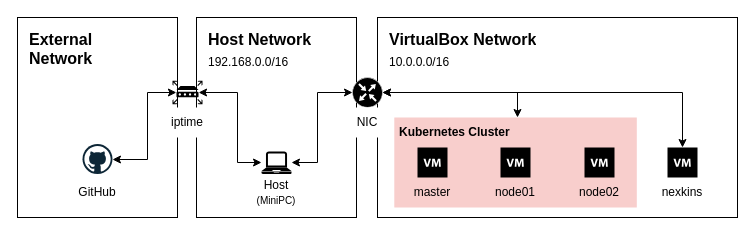
Earlier version of the draw.io diagram page "System Diagram" (1 of 2) of cicd_architecture.drawio (seunghyun-you/on-premise-cicd). Source tidied: cells renumbered, new cells numbered last; positions are measured from the earlier drawing's top-left corner, leaving out a move shared by most shapes. Both pictures are drawn from the tidied source at 100%, with x=0, y=0 at pixel (17, 17).
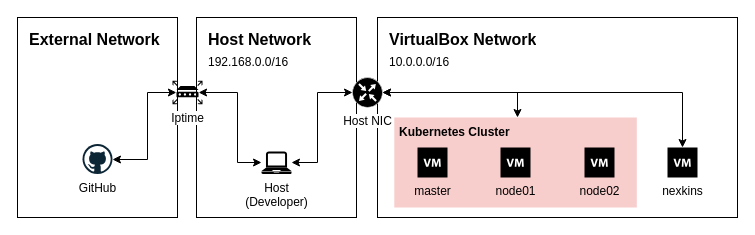
The same page after the edit.

Commit message:
cicd flow 업데이트

Change to the diagram source:
```diff
@@
-    <mxCell id="9" style="shadow=0;dashed=0;html=1;strokeColor=none;fillColor=#000000;labelPosition=center;verticalLabelPosition=bottom;verticalAlign=top;align=center;outlineConnect=0;shape=mxgraph.veeam.laptop;" parent="1" vertex="1">
+    <mxCell id="9" value="Host&lt;div&gt;(Developer)&lt;/div&gt;" style="shadow=0;dashed=0;html=1;strokeColor=none;fillColor=#000000;labelPosition=center;verticalLabelPosition=bottom;verticalAlign=top;align=center;outlineConnect=0;shape=mxgraph.veeam.laptop;" parent="1" vertex="1">
       <mxGeometry x="244" y="134" width="30" height="22.6" as="geometry" />
     </mxCell>
-    <mxCell id="10" value="Host&lt;br&gt;&lt;font style=&quot;font-size: 10px;&quot;&gt;(MiniPC)&lt;/font&gt;" style="text;html=1;align=center;verticalAlign=middle;whiteSpace=wrap;rounded=0;" parent="1" vertex="1">
-      <mxGeometry x="219" y="160" width="80" height="30" as="geometry" />
-    </mxCell>
@@
-    <mxCell id="13" style="sketch=0;points=[[0.5,0,0],[1,0.5,0],[0.5,1,0],[0,0.5,0],[0.145,0.145,0],[0.8555,0.145,0],[0.855,0.8555,0],[0.145,0.855,0]];verticalLabelPosition=bottom;html=1;verticalAlign=top;align=center;shape=mxgraph.cisco19.rect;prIcon=router;fillColor=#000000;strokeColor=#FFFFFF;" parent="1" vertex="1">
+    <mxCell id="13" value="Host NIC" style="sketch=0;points=[[0.5,0,0],[1,0.5,0],[0.5,1,0],[0,0.5,0],[0.145,0.145,0],[0.8555,0.145,0],[0.855,0.8555,0],[0.145,0.855,0]];verticalLabelPosition=bottom;html=1;verticalAlign=top;align=center;shape=mxgraph.cisco19.rect;prIcon=router;fillColor=#000000;strokeColor=#FFFFFF;labelBackgroundColor=default;" parent="1" vertex="1">
       <mxGeometry x="335" y="60" width="30" height="30" as="geometry" />
     </mxCell>
-    <mxCell id="14" value="NIC" style="text;html=1;align=center;verticalAlign=middle;whiteSpace=wrap;rounded=0;labelBackgroundColor=default;fillColor=default;" parent="1" vertex="1">
-      <mxGeometry x="310" y="90" width="80" height="30" as="geometry" />
-    </mxCell>
@@
-    <mxCell id="16" style="shadow=0;dashed=0;html=1;strokeColor=none;fillColor=#000000;labelPosition=center;verticalLabelPosition=bottom;verticalAlign=top;align=center;shape=mxgraph.veeam.2d.virtual_machine;" parent="1" vertex="1">
+    <mxCell id="16" value="master" style="shadow=0;dashed=0;html=1;strokeColor=none;fillColor=#000000;labelPosition=center;verticalLabelPosition=bottom;verticalAlign=top;align=center;shape=mxgraph.veeam.2d.virtual_machine;" parent="1" vertex="1">
       <mxGeometry x="400" y="130" width="30" height="30" as="geometry" />
     </mxCell>
-    <mxCell id="17" value="master" style="text;html=1;align=center;verticalAlign=middle;whiteSpace=wrap;rounded=0;" parent="1" vertex="1">
-      <mxGeometry x="375" y="160" width="80" height="30" as="geometry" />
-    </mxCell>
-    <mxCell id="18" style="shadow=0;dashed=0;html=1;strokeColor=none;fillColor=#000000;labelPosition=center;verticalLabelPosition=bottom;verticalAlign=top;align=center;shape=mxgraph.veeam.2d.virtual_machine;" parent="1" vertex="1">
+    <mxCell id="18" value="node01" style="shadow=0;dashed=0;html=1;strokeColor=none;fillColor=#000000;labelPosition=center;verticalLabelPosition=bottom;verticalAlign=top;align=center;shape=mxgraph.veeam.2d.virtual_machine;" parent="1" vertex="1">
       <mxGeometry x="483" y="130" width="30" height="30" as="geometry" />
     </mxCell>
-    <mxCell id="19" value="node01" style="text;html=1;align=center;verticalAlign=middle;whiteSpace=wrap;rounded=0;" parent="1" vertex="1">
-      <mxGeometry x="458" y="160" width="80" height="30" as="geometry" />
-    </mxCell>
-    <mxCell id="20" style="shadow=0;dashed=0;html=1;strokeColor=none;fillColor=#000000;labelPosition=center;verticalLabelPosition=bottom;verticalAlign=top;align=center;shape=mxgraph.veeam.2d.virtual_machine;" parent="1" vertex="1">
+    <mxCell id="20" value="node02" style="shadow=0;dashed=0;html=1;strokeColor=none;fillColor=#000000;labelPosition=center;verticalLabelPosition=bottom;verticalAlign=top;align=center;shape=mxgraph.veeam.2d.virtual_machine;" parent="1" vertex="1">
       <mxGeometry x="567" y="130" width="30" height="30" as="geometry" />
     </mxCell>
-    <mxCell id="21" value="node02" style="text;html=1;align=center;verticalAlign=middle;whiteSpace=wrap;rounded=0;" parent="1" vertex="1">
-      <mxGeometry x="542" y="160" width="80" height="30" as="geometry" />
-    </mxCell>
-    <mxCell id="22" style="shadow=0;dashed=0;html=1;strokeColor=none;fillColor=#000000;labelPosition=center;verticalLabelPosition=bottom;verticalAlign=top;align=center;outlineConnect=0;shape=mxgraph.veeam.2d.virtual_machine;" parent="1" vertex="1">
+    <mxCell id="22" value="nexkins" style="shadow=0;dashed=0;html=1;strokeColor=none;fillColor=#000000;labelPosition=center;verticalLabelPosition=bottom;verticalAlign=top;align=center;outlineConnect=0;shape=mxgraph.veeam.2d.virtual_machine;" parent="1" vertex="1">
       <mxGeometry x="650" y="130" width="30" height="30" as="geometry" />
     </mxCell>
-    <mxCell id="23" value="nexkins" style="text;html=1;align=center;verticalAlign=middle;whiteSpace=wrap;rounded=0;" parent="1" vertex="1">
-      <mxGeometry x="625" y="160" width="80" height="30" as="geometry" />
-    </mxCell>
@@
-    <mxCell id="28" style="sketch=0;shadow=0;dashed=0;html=1;strokeColor=none;labelPosition=center;verticalLabelPosition=bottom;verticalAlign=top;align=center;fillColor=#000000;shape=mxgraph.mscae.enterprise.router;" parent="1" vertex="1">
+    <mxCell id="28" value="Iptime" style="sketch=0;shadow=0;dashed=0;html=1;strokeColor=none;labelPosition=center;verticalLabelPosition=bottom;verticalAlign=top;align=center;fillColor=#000000;shape=mxgraph.mscae.enterprise.router;labelBackgroundColor=default;" parent="1" vertex="1">
       <mxGeometry x="155" y="63.3" width="30" height="23.4" as="geometry" />
     </mxCell>
-    <mxCell id="29" value="iptime" style="text;html=1;align=center;verticalAlign=middle;whiteSpace=wrap;rounded=0;fillColor=default;" parent="1" vertex="1">
-      <mxGeometry x="140" y="90" width="60" height="30" as="geometry" />
-    </mxCell>
-    <mxCell id="30" style="dashed=0;outlineConnect=0;html=1;align=center;labelPosition=center;verticalLabelPosition=bottom;verticalAlign=top;shape=mxgraph.weblogos.github;" parent="1" vertex="1">
+    <mxCell id="30" value="GitHub" style="dashed=0;outlineConnect=0;html=1;align=center;labelPosition=center;verticalLabelPosition=bottom;verticalAlign=top;shape=mxgraph.weblogos.github;" parent="1" vertex="1">
       <mxGeometry x="65" y="126.6" width="30" height="30" as="geometry" />
     </mxCell>
-    <mxCell id="31" value="GitHub" style="text;html=1;align=center;verticalAlign=middle;whiteSpace=wrap;rounded=0;fillColor=default;" parent="1" vertex="1">
-      <mxGeometry x="40" y="160" width="80" height="30" as="geometry" />
-    </mxCell>
     <mxCell id="32" value="&lt;h1 style=&quot;margin-top: 0px;&quot;&gt;External Network&lt;/h1&gt;" style="text;html=1;whiteSpace=wrap;overflow=hidden;rounded=0;fontSize=8;verticalAlign=middle;" parent="1" vertex="1">
-      <mxGeometry x="10" y="10" width="110" height="40" as="geometry" />
+      <mxGeometry x="10" y="10" width="140" height="20" as="geometry" />
     </mxCell>
```
